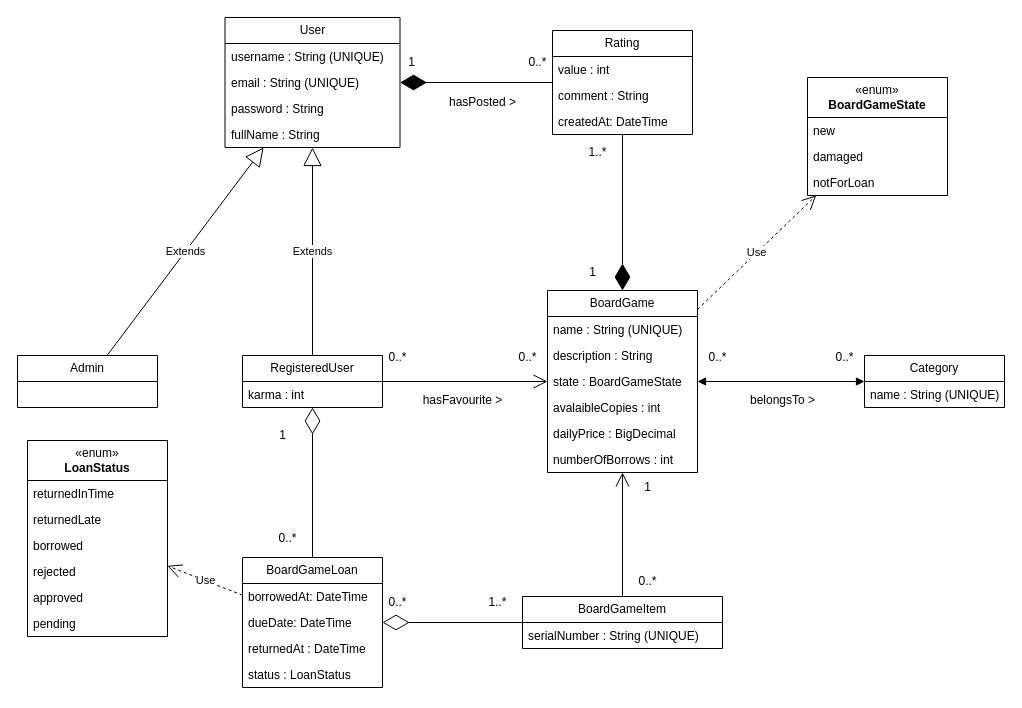
The draw.io diagram classDiagramXML.drawio in alfacentaur1/api-board-game-rental, before the edit. Source tidied: cells renumbered, new cells numbered last; positions are measured from the earlier drawing's top-left corner, leaving out a move shared by most shapes. Both pictures are drawn from the tidied source at 100%, with x=0, y=0 at pixel (17, 17).
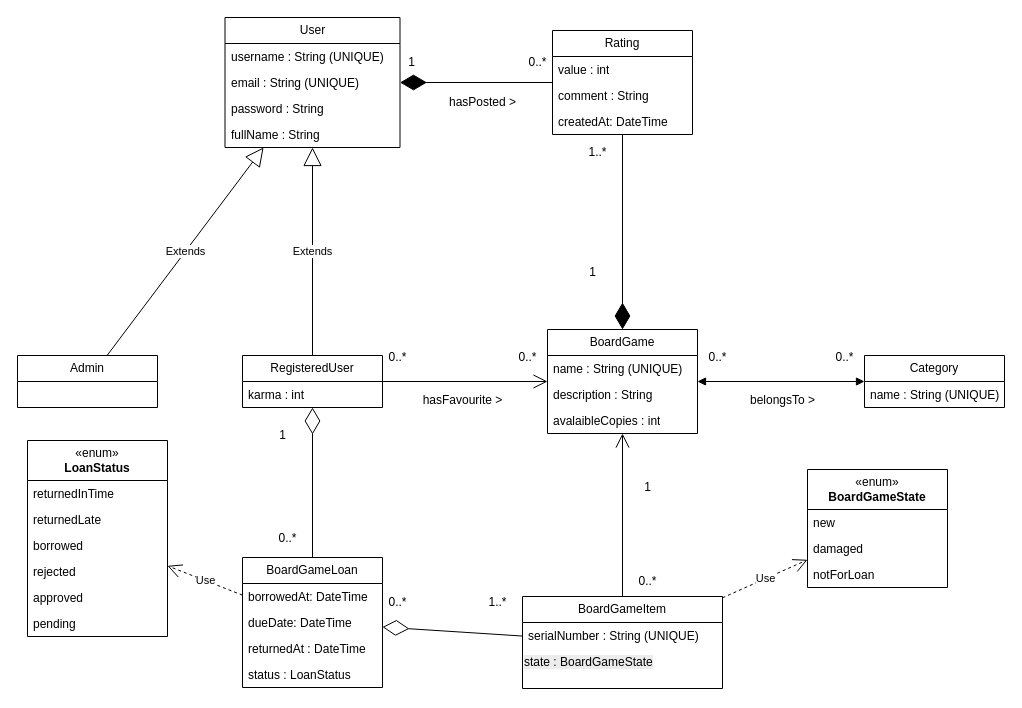
After the change.

Diff of the diagram source:
```diff
@@
     <mxCell id="31" value="BoardGame" style="swimlane;fontStyle=0;horizontal=1;startSize=26;fillColor=none;whiteSpace=wrap;html=1;" parent="1" vertex="1">
-      <mxGeometry x="530" y="273" width="150" height="182" as="geometry" />
+      <mxGeometry x="530" y="312" width="150" height="104" as="geometry" />
     </mxCell>
@@
-    <mxCell id="34" value="state : BoardGameState" style="text;strokeColor=none;fillColor=none;align=left;verticalAlign=top;spacingLeft=4;spacingRight=4;overflow=hidden;whiteSpace=wrap;html=1;" parent="31" vertex="1">
-      <mxGeometry y="78" width="150" height="26" as="geometry" />
-    </mxCell>
     <mxCell id="35" value="avalaibleCopies : int" style="text;strokeColor=none;fillColor=none;align=left;verticalAlign=top;spacingLeft=4;spacingRight=4;overflow=hidden;whiteSpace=wrap;html=1;" parent="31" vertex="1">
-      <mxGeometry y="104" width="150" height="26" as="geometry" />
+      <mxGeometry y="78" width="150" height="26" as="geometry" />
     </mxCell>
-    <mxCell id="36" value="dailyPrice : BigDecimal" style="text;strokeColor=none;fillColor=none;align=left;verticalAlign=top;spacingLeft=4;spacingRight=4;overflow=hidden;whiteSpace=wrap;html=1;" parent="31" vertex="1">
-      <mxGeometry y="130" width="150" height="26" as="geometry" />
-    </mxCell>
-    <mxCell id="37" value="numberOfBorrows : int" style="text;strokeColor=none;fillColor=none;align=left;verticalAlign=top;spacingLeft=4;spacingRight=4;overflow=hidden;whiteSpace=wrap;html=1;" parent="31" vertex="1">
-      <mxGeometry y="156" width="150" height="26" as="geometry" />
-    </mxCell>
@@
     <mxCell id="40" value="BoardGameItem" style="swimlane;fontStyle=0;horizontal=1;startSize=26;fillColor=none;whiteSpace=wrap;html=1;" parent="1" vertex="1">
-      <mxGeometry x="505" y="579" width="200" height="52" as="geometry" />
+      <mxGeometry x="505" y="579" width="200" height="92" as="geometry" />
     </mxCell>
@@
+    <mxCell id="34" value="&lt;span style=&quot;color: rgb(0, 0, 0); font-family: Helvetica; font-size: 12px; font-style: normal; font-variant-ligatures: normal; font-variant-caps: normal; font-weight: 400; letter-spacing: normal; orphans: 2; text-align: left; text-indent: 0px; text-transform: none; widows: 2; word-spacing: 0px; -webkit-text-stroke-width: 0px; white-space: normal; background-color: rgb(236, 236, 236); text-decoration-thickness: initial; text-decoration-style: initial; text-decoration-color: initial; display: inline !important; float: none;&quot;&gt;state : BoardGameState&lt;/span&gt;" style="text;whiteSpace=wrap;html=1;" parent="40" vertex="1">
+      <mxGeometry y="52" width="200" height="40" as="geometry" />
+    </mxCell>
@@
     <mxCell id="54" value="«enum»&lt;br&gt;&lt;b&gt;BoardGameState&lt;/b&gt;" style="swimlane;fontStyle=0;horizontal=1;startSize=40;fillColor=none;whiteSpace=wrap;html=1;" parent="1" vertex="1">
-      <mxGeometry x="790" y="60" width="140" height="118" as="geometry" />
+      <mxGeometry x="790" y="452" width="140" height="118" as="geometry" />
     </mxCell>
@@
-    <mxCell id="65" value="Use" style="endArrow=open;endSize=12;dashed=1;html=1;rounded=0;" parent="1" edge="1" source="31" target="54">
+    <mxCell id="65" value="Use" style="endArrow=open;endSize=12;dashed=1;html=1;rounded=0;" parent="1" edge="1" source="40" target="54">
       <mxGeometry relative="1" as="geometry" />
     </mxCell>
```
